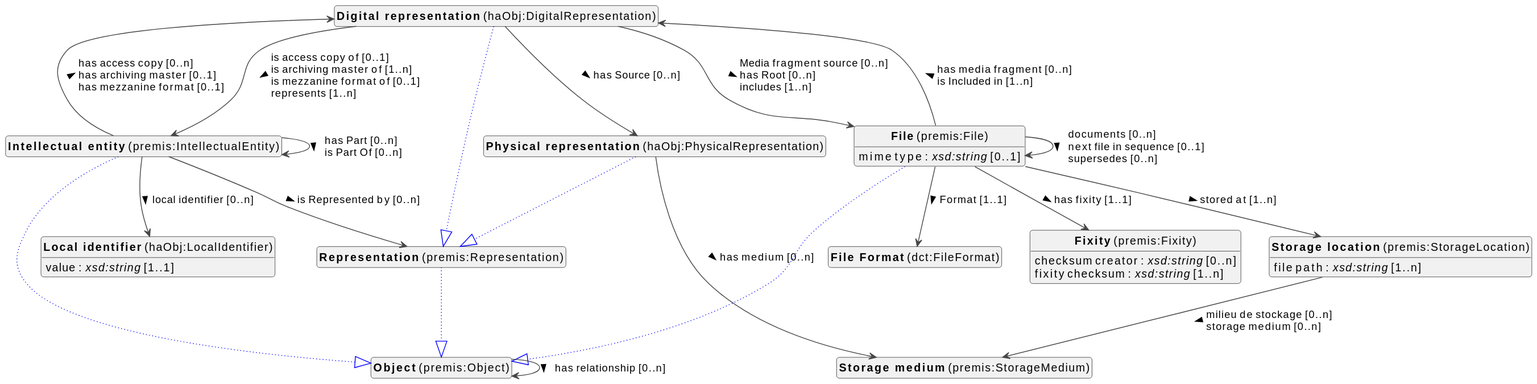
Earlier version of the PlantUML export docs/metadata/knowledge-graph/0.0.1/object/en/object-diagram.svg (viaacode/documentation-jekyll).
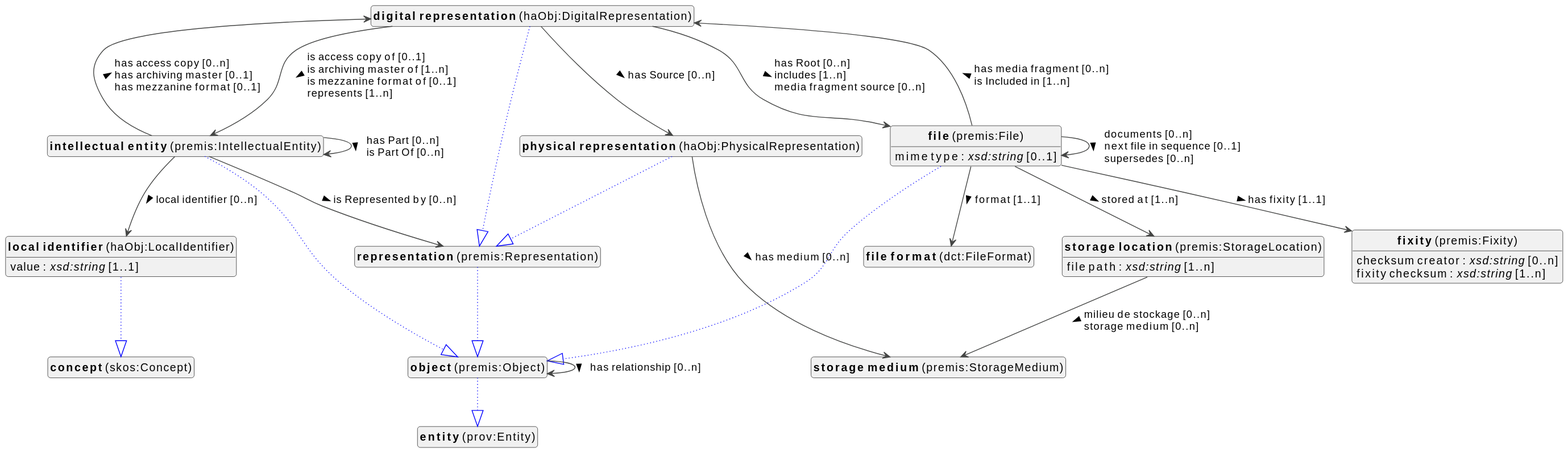
After the change.

Change to the diagram source:
```diff
@@ -10,33 +10,35 @@
 top to bottom direction
 
 
-class "<b>Digital representation</b> (haObj:DigitalRepresentation)" as haObj_DigitalRepresentation [[#haObj%3ADigitalRepresentation]]
-class "<b>Representation</b> (premis:Representation)" as premis_Representation [[#premis%3ARepresentation]]
-class "<b>File</b> (premis:File)" as premis_File [[#premis%3AFile]]
-class "<b>Object</b> (premis:Object)" as premis_Object [[#premis%3AObject]]
-class "<b>File Format</b> (dct:FileFormat)" as dct_FileFormat [[#dct%3AFileFormat]]
-class "<b>Fixity</b> (premis:Fixity)" as premis_Fixity [[#premis%3AFixity]]
-class "<b>Intellectual entity</b> (premis:IntellectualEntity)" as premis_IntellectualEntity [[#premis%3AIntellectualEntity]]
-class "<b>Object</b> (premis:Object)" as premis_Object [[#premis%3AObject]]
-class "<b>Local identifier</b> (haObj:LocalIdentifier)" as haObj_LocalIdentifier [[#haObj%3ALocalIdentifier]]
-class "<b>Object</b> (premis:Object)" as premis_Object [[#premis%3AObject]]
-class "<b>Physical representation</b> (haObj:PhysicalRepresentation)" as haObj_PhysicalRepresentation [[#haObj%3APhysicalRepresentation]]
-class "<b>Representation</b> (premis:Representation)" as premis_Representation [[#premis%3ARepresentation]]
-class "<b>Representation</b> (premis:Representation)" as premis_Representation [[#premis%3ARepresentation]]
-class "<b>Object</b> (premis:Object)" as premis_Object [[#premis%3AObject]]
-class "<b>Storage location</b> (premis:StorageLocation)" as premis_StorageLocation [[#premis%3AStorageLocation]]
-class "<b>Storage medium</b> (premis:StorageMedium)" as premis_StorageMedium [[#premis%3AStorageMedium]]
+class "<b>digital representation</b> (haObj:DigitalRepresentation)" as haObj_DigitalRepresentation [[#haObj%3ADigitalRepresentation]]
+class "<b>representation</b> (premis:Representation)" as premis_Representation [[#premis%3ARepresentation]]
+class "<b>file</b> (premis:File)" as premis_File [[#premis%3AFile]]
+class "<b>object</b> (premis:Object)" as premis_Object [[#premis%3AObject]]
+class "<b>file format</b> (dct:FileFormat)" as dct_FileFormat [[#dct%3AFileFormat]]
+class "<b>fixity</b> (premis:Fixity)" as premis_Fixity [[#premis%3AFixity]]
+class "<b>intellectual entity</b> (premis:IntellectualEntity)" as premis_IntellectualEntity [[#premis%3AIntellectualEntity]]
+class "<b>object</b> (premis:Object)" as premis_Object [[#premis%3AObject]]
+class "<b>local identifier</b> (haObj:LocalIdentifier)" as haObj_LocalIdentifier [[#haObj%3ALocalIdentifier]]
+class "<b>concept</b> (skos:Concept)" as skos_Concept [[#skos%3AConcept]]
+class "<b>object</b> (premis:Object)" as premis_Object [[#premis%3AObject]]
+class "<b>entity</b> (prov:Entity)" as prov_Entity [[#prov%3AEntity]]
+class "<b>physical representation</b> (haObj:PhysicalRepresentation)" as haObj_PhysicalRepresentation [[#haObj%3APhysicalRepresentation]]
+class "<b>representation</b> (premis:Representation)" as premis_Representation [[#premis%3ARepresentation]]
+class "<b>representation</b> (premis:Representation)" as premis_Representation [[#premis%3ARepresentation]]
+class "<b>object</b> (premis:Object)" as premis_Object [[#premis%3AObject]]
+class "<b>storage location</b> (premis:StorageLocation)" as premis_StorageLocation [[#premis%3AStorageLocation]]
+class "<b>storage medium</b> (premis:StorageMedium)" as premis_StorageMedium [[#premis%3AStorageMedium]]
 
 haObj_DigitalRepresentation --|> premis_Representation #blue;line.dotted;text:blue
 
 haObj_DigitalRepresentation --> haObj_PhysicalRepresentation :has Source [0..n]  >
-haObj_DigitalRepresentation --> premis_File :Media fragment source [0..n]  \lhas Root [0..n]  \lincludes [1..n]  >
+haObj_DigitalRepresentation --> premis_File :has Root [0..n]  \lincludes [1..n]  \lmedia fragment source [0..n]  >
 haObj_DigitalRepresentation --> premis_IntellectualEntity :is access copy of [0..1]  \lis archiving master of [1..n]  \lis mezzanine format of [0..1]  \lrepresents [1..n]  >
 
 premis_File --|> premis_Object #blue;line.dotted;text:blue
 
 premis_File : mime type : <i>xsd:string</i> [0..1]
-premis_File --> dct_FileFormat :Format [1..1]  >
+premis_File --> dct_FileFormat :format [1..1]  >
 premis_File --> haObj_DigitalRepresentation :has media fragment [0..n]  \lis Included in [1..n]  >
 premis_File --> premis_File :documents [0..n]  \lnext file in sequence [0..1]  \lsupersedes [0..n]  >
 premis_File --> premis_Fixity :has fixity [1..1]  >
@@ -57,10 +59,12 @@
 premis_IntellectualEntity --> premis_IntellectualEntity :has Part [0..n]  \lis Part Of [0..n]  >
 premis_IntellectualEntity --> premis_Representation :is Represented by [0..n]  >
 
+haObj_LocalIdentifier --|> skos_Concept #blue;line.dotted;text:blue
 
 haObj_LocalIdentifier : value : <i>xsd:string</i> [1..1]
 
 
+premis_Object --|> prov_Entity #blue;line.dotted;text:blue
 
 premis_Object --> premis_Object :has relationship [0..n]  >
 
```
